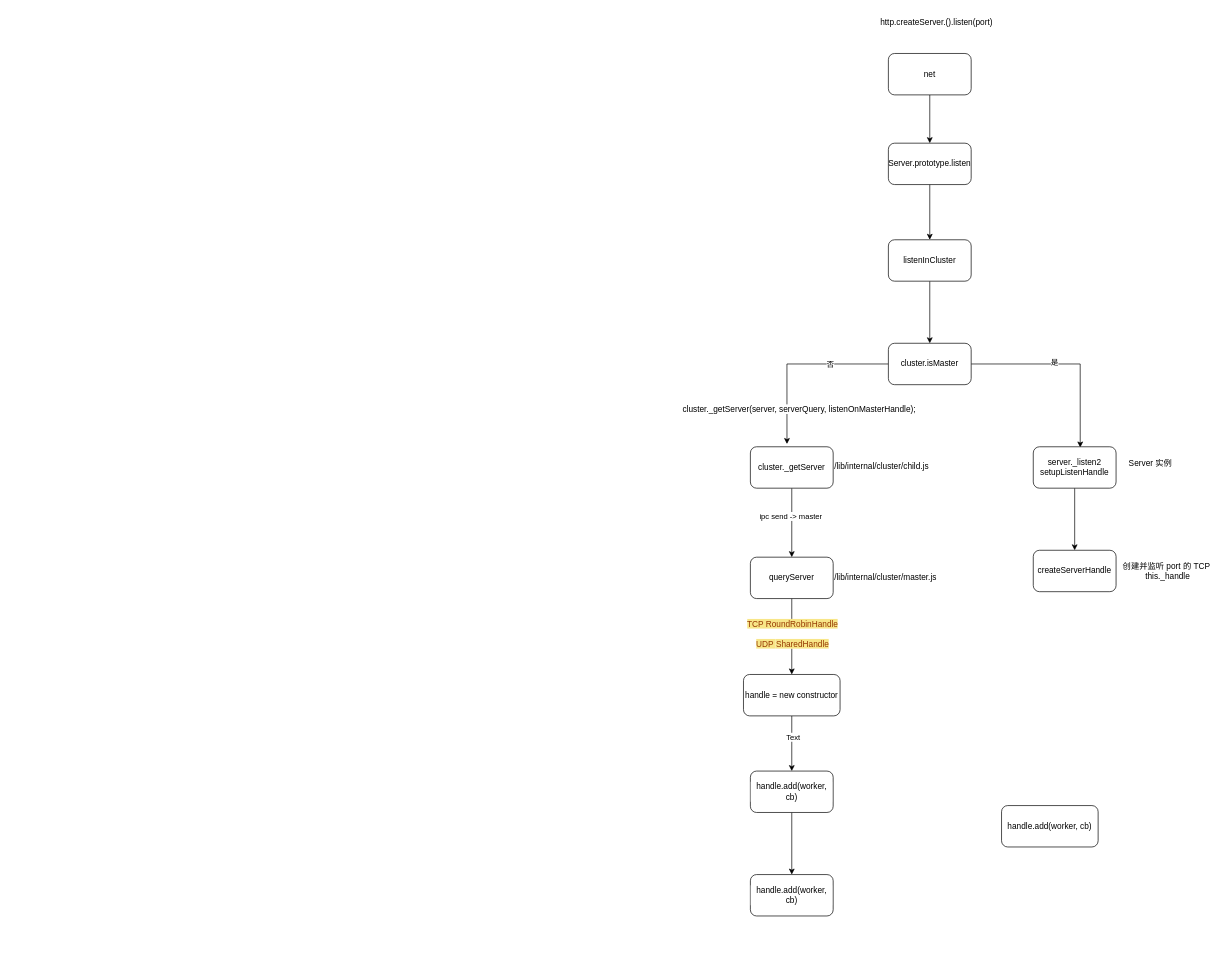
Before: cluster.drawio in sfyr111/draw, a draw.io diagram. Source tidied: cells renumbered, new cells numbered last; positions are measured from the earlier drawing's top-left corner, leaving out a move shared by most shapes. Both pictures are drawn from the tidied source at 69%, with x=0, y=0 at pixel (681, 12).
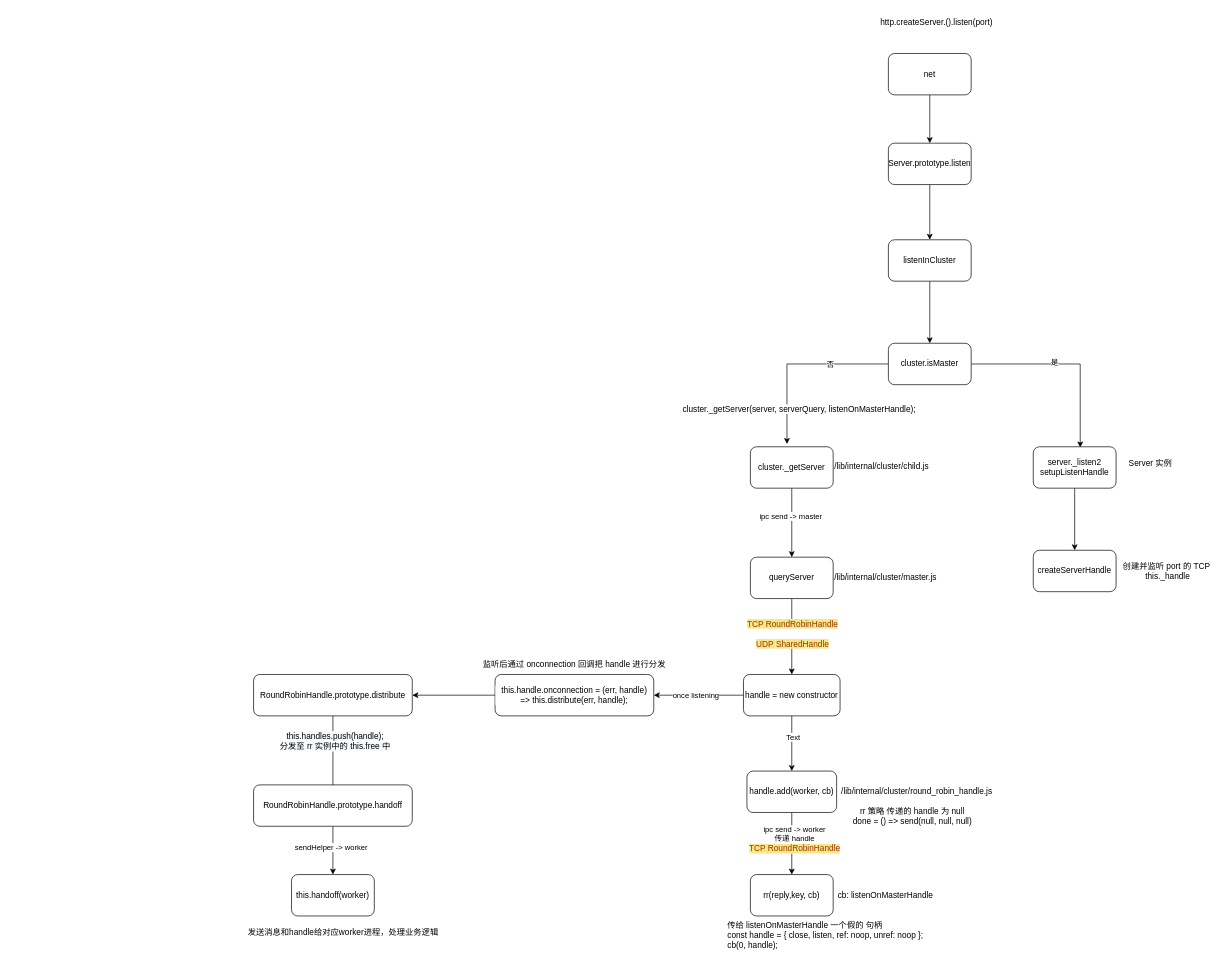
The same page after the edit.

Unchanged cells that the change refers to:
```xml
<mxCell id="30" value="handle = new constructor" style="rounded=1;whiteSpace=wrap;html=1;labelBackgroundColor=#FFFFFF;fontColor=#000000;" parent="1" vertex="1">
  <mxGeometry x="90" y="960" width="140" height="60" as="geometry" />
</mxCell>
```

What changed in the source:
```diff
@@
+    <mxCell id="35" style="edgeStyle=orthogonalEdgeStyle;rounded=0;jettySize=auto;html=1;entryX=1;entryY=0.5;entryDx=0;entryDy=0;fontFamily=Helvetica;fontColor=#000000;" parent="1" edge="1" source="30" target="49">
+      <mxGeometry relative="1" as="geometry" />
+    </mxCell>
@@
-    <mxCell id="31" value="handle.add(worker, cb)" style="rounded=1;whiteSpace=wrap;html=1;labelBackgroundColor=#FFFFFF;fontColor=#000000;" parent="1" vertex="1">
-      <mxGeometry x="464" y="1150" width="140" height="60" as="geometry" />
-    </mxCell>
@@
     <mxCell id="33" value="&lt;span&gt;handle.add(worker, cb)&lt;/span&gt;" style="rounded=1;whiteSpace=wrap;html=1;labelBackgroundColor=#FFFFFF;fontColor=#000000;" parent="1" vertex="1">
-      <mxGeometry x="100" y="1100" width="120" height="60" as="geometry" />
+      <mxGeometry x="95" y="1100" width="130" height="60" as="geometry" />
     </mxCell>
-    <mxCell id="34" value="&lt;span&gt;handle.add(worker, cb)&lt;/span&gt;" style="rounded=1;whiteSpace=wrap;html=1;labelBackgroundColor=#FFFFFF;fontColor=#000000;" parent="1" vertex="1">
+    <mxCell id="34" value="rr(reply,key, cb)" style="rounded=1;whiteSpace=wrap;html=1;labelBackgroundColor=#FFFFFF;fontColor=#000000;" parent="1" vertex="1">
       <mxGeometry x="100" y="1250" width="120" height="60" as="geometry" />
     </mxCell>
+    <mxCell id="36" value="ipc send -&amp;gt; worker&lt;br&gt;传递 handle&lt;br&gt;&lt;span style=&quot;color: rgb(149 , 56 , 0) ; font-size: 12px ; background-color: rgb(248 , 230 , 136)&quot;&gt;TCP RoundRobinHandle&lt;/span&gt;" style="edgeLabel;html=1;align=center;verticalAlign=middle;fontColor=#000000;" parent="1" vertex="1">
+      <mxGeometry x="190" y="1060" as="geometry">
+        <mxPoint x="-27" y="138" as="offset" />
+      </mxGeometry>
+    </mxCell>
+    <mxCell id="37" value="/lib/internal/cluster/round_robin_handle.js" style="text;whiteSpace=wrap;html=1;fontFamily=Helvetica;fontColor=#000000;" parent="1" vertex="1">
+      <mxGeometry x="230" y="1115" width="240" height="30" as="geometry" />
+    </mxCell>
+    <mxCell id="38" value="rr 策略 传递的 handle 为 null&lt;br&gt;done = () =&amp;gt; send(null, null, null)" style="text;html=1;strokeColor=none;fillColor=none;align=center;verticalAlign=middle;whiteSpace=wrap;rounded=0;labelBackgroundColor=#FFFFFF;fontFamily=Helvetica;fontColor=#000000;" parent="1" vertex="1">
+      <mxGeometry x="240" y="1150" width="190" height="30" as="geometry" />
+    </mxCell>
+    <mxCell id="39" value="&lt;pre style=&quot;color: rgb(0 , 0 , 0) ; font-size: 9pt ; font-style: normal ; font-weight: 400 ; letter-spacing: normal ; text-align: left ; text-indent: 0px ; text-transform: none ; word-spacing: 0px ; background-color: rgb(248 , 249 , 250) ; font-family: &amp;#34;fira code&amp;#34;&quot;&gt;&lt;span style=&quot;background-color: rgb(255 , 255 , 255)&quot;&gt;cb: listenOnMasterHandle&lt;/span&gt;&lt;/pre&gt;" style="text;whiteSpace=wrap;html=1;fontFamily=Helvetica;fontColor=#000000;" parent="1" vertex="1">
+      <mxGeometry x="225" y="1255" width="150" height="50" as="geometry" />
+    </mxCell>
+    <mxCell id="40" value="传给 listenOnMasterHandle 一个假的 句柄&lt;br&gt;const handle = { close, listen, ref: noop, unref: noop };&lt;br&gt;cb(0, handle);&amp;nbsp;" style="text;whiteSpace=wrap;html=1;fontFamily=Helvetica;fontColor=#000000;" parent="1" vertex="1">
+      <mxGeometry x="65" y="1310" width="310" height="40" as="geometry" />
+    </mxCell>
+    <mxCell id="41" style="edgeStyle=orthogonalEdgeStyle;rounded=0;jettySize=auto;html=1;fontFamily=Helvetica;fontColor=#000000;" parent="1" edge="1" source="42">
+      <mxGeometry relative="1" as="geometry">
+        <mxPoint x="-505" y="1140" as="targetPoint" />
+      </mxGeometry>
+    </mxCell>
+    <mxCell id="42" value="RoundRobinHandle.prototype.distribute" style="rounded=1;whiteSpace=wrap;html=1;labelBackgroundColor=#FFFFFF;fontColor=#000000;" parent="1" vertex="1">
+      <mxGeometry x="-620" y="960" width="230" height="60" as="geometry" />
+    </mxCell>
+    <mxCell id="43" value="&lt;span style=&quot;font-size: 12px ; background-color: rgb(248 , 249 , 250)&quot;&gt;this.handles.push(handle);&lt;/span&gt;&lt;br style=&quot;font-size: 12px ; background-color: rgb(248 , 249 , 250)&quot;&gt;&lt;span style=&quot;font-size: 12px ; background-color: rgb(248 , 249 , 250)&quot;&gt;分发至 rr 实例中的 this.free 中&lt;/span&gt;" style="edgeLabel;html=1;align=center;verticalAlign=middle;fontColor=#000000;" parent="1" vertex="1">
+      <mxGeometry x="-490" y="1070" as="geometry">
+        <mxPoint x="-13" y="-14" as="offset" />
+      </mxGeometry>
+    </mxCell>
+    <mxCell id="44" style="edgeStyle=orthogonalEdgeStyle;rounded=0;jettySize=auto;html=1;fontFamily=Helvetica;fontColor=#000000;" parent="1" edge="1" source="45">
+      <mxGeometry relative="1" as="geometry">
+        <mxPoint x="-505" y="1250" as="targetPoint" />
+      </mxGeometry>
+    </mxCell>
+    <mxCell id="45" value="RoundRobinHandle.prototype.handoff" style="rounded=1;whiteSpace=wrap;html=1;labelBackgroundColor=#FFFFFF;fontColor=#000000;" parent="1" vertex="1">
+      <mxGeometry x="-620" y="1120" width="230" height="60" as="geometry" />
+    </mxCell>
+    <mxCell id="46" value="this.handoff(worker)" style="rounded=1;whiteSpace=wrap;html=1;labelBackgroundColor=#FFFFFF;labelBorderColor=none;fontFamily=Helvetica;fontColor=#000000;" parent="1" vertex="1">
+      <mxGeometry x="-565" y="1250" width="120" height="60" as="geometry" />
+    </mxCell>
+    <mxCell id="47" value="发送消息和handle给对应worker进程，处理业务逻辑" style="text;whiteSpace=wrap;html=1;fontFamily=Helvetica;fontColor=#000000;" parent="1" vertex="1">
+      <mxGeometry x="-630" y="1320" width="300" height="30" as="geometry" />
+    </mxCell>
+    <mxCell id="48" style="edgeStyle=orthogonalEdgeStyle;rounded=0;jettySize=auto;html=1;fontFamily=Helvetica;fontColor=#000000;" parent="1" edge="1" source="49" target="42">
+      <mxGeometry relative="1" as="geometry" />
+    </mxCell>
+    <mxCell id="49" value="this.handle.onconnection = (err, handle) =&amp;gt; this.distribute(err, handle);" style="rounded=1;whiteSpace=wrap;html=1;labelBackgroundColor=#FFFFFF;fontColor=#000000;" parent="1" vertex="1">
+      <mxGeometry x="-270" y="960" width="230" height="60" as="geometry" />
+    </mxCell>
+    <mxCell id="50" value="监听后通过 onconnection 回调把 handle 进行分发" style="text;html=1;strokeColor=none;fillColor=none;align=center;verticalAlign=middle;whiteSpace=wrap;rounded=0;labelBackgroundColor=#FFFFFF;labelBorderColor=none;fontFamily=Helvetica;fontColor=#000000;" parent="1" vertex="1">
+      <mxGeometry x="-295" y="930" width="280" height="30" as="geometry" />
+    </mxCell>
+    <mxCell id="51" value="sendHelper -&amp;gt; worker&amp;nbsp;" style="edgeLabel;html=1;align=center;verticalAlign=middle;fontColor=#000000;" parent="1" vertex="1">
+      <mxGeometry x="-970" y="1100" as="geometry">
+        <mxPoint x="463" y="110" as="offset" />
+      </mxGeometry>
+    </mxCell>
+    <mxCell id="52" value="once listening" style="edgeLabel;html=1;align=center;verticalAlign=middle;fontFamily=Helvetica;fontColor=#000000;" parent="1" vertex="1">
+      <mxGeometry x="20" y="990" as="geometry" />
+    </mxCell>
```
